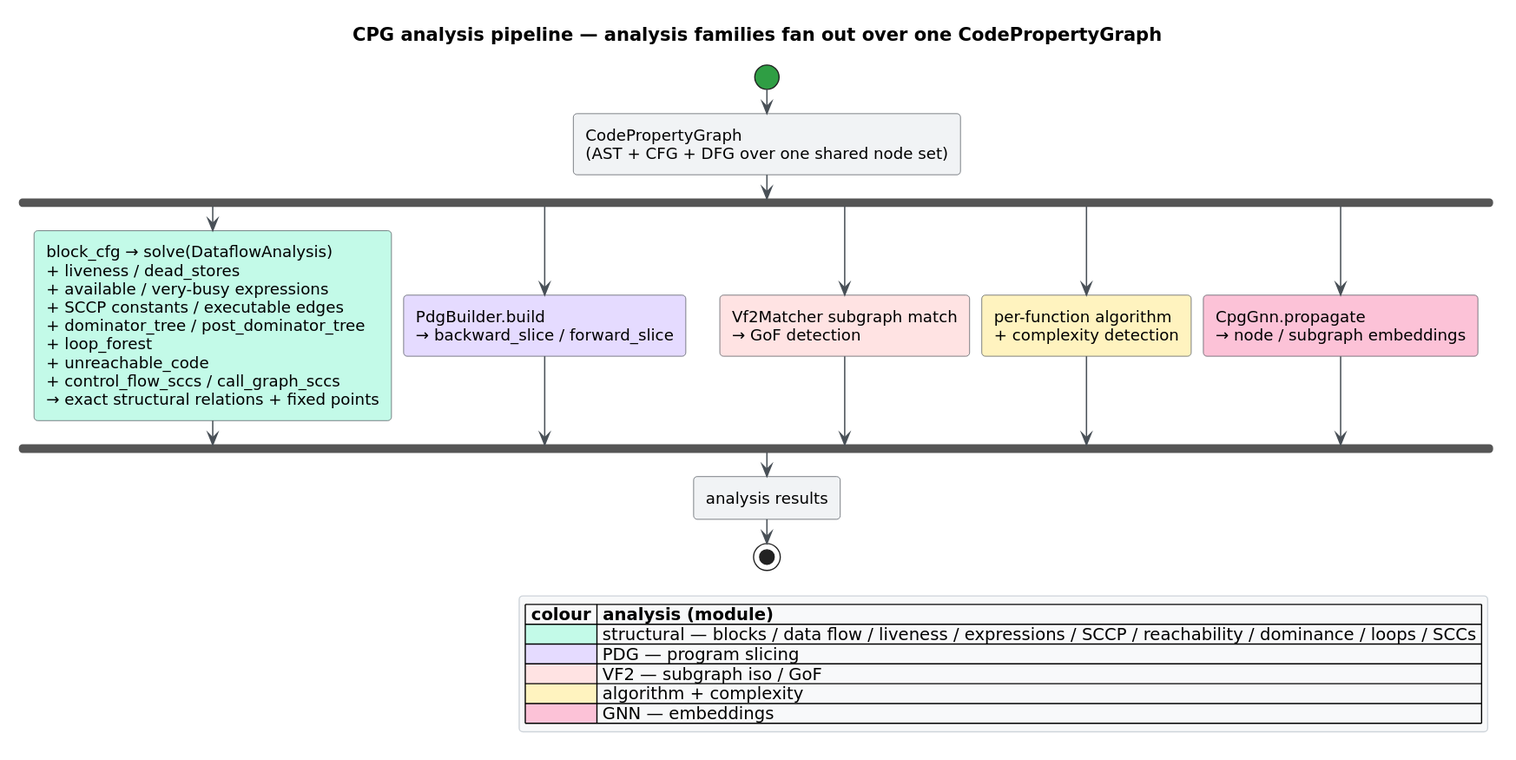
vinary-tree/libcpg keeps this PlantUML diagram as docs/diagrams/analysis-pipeline.svg. Above is the earlier version. Its source is kept beside it as docs/diagrams/analysis-pipeline.puml.
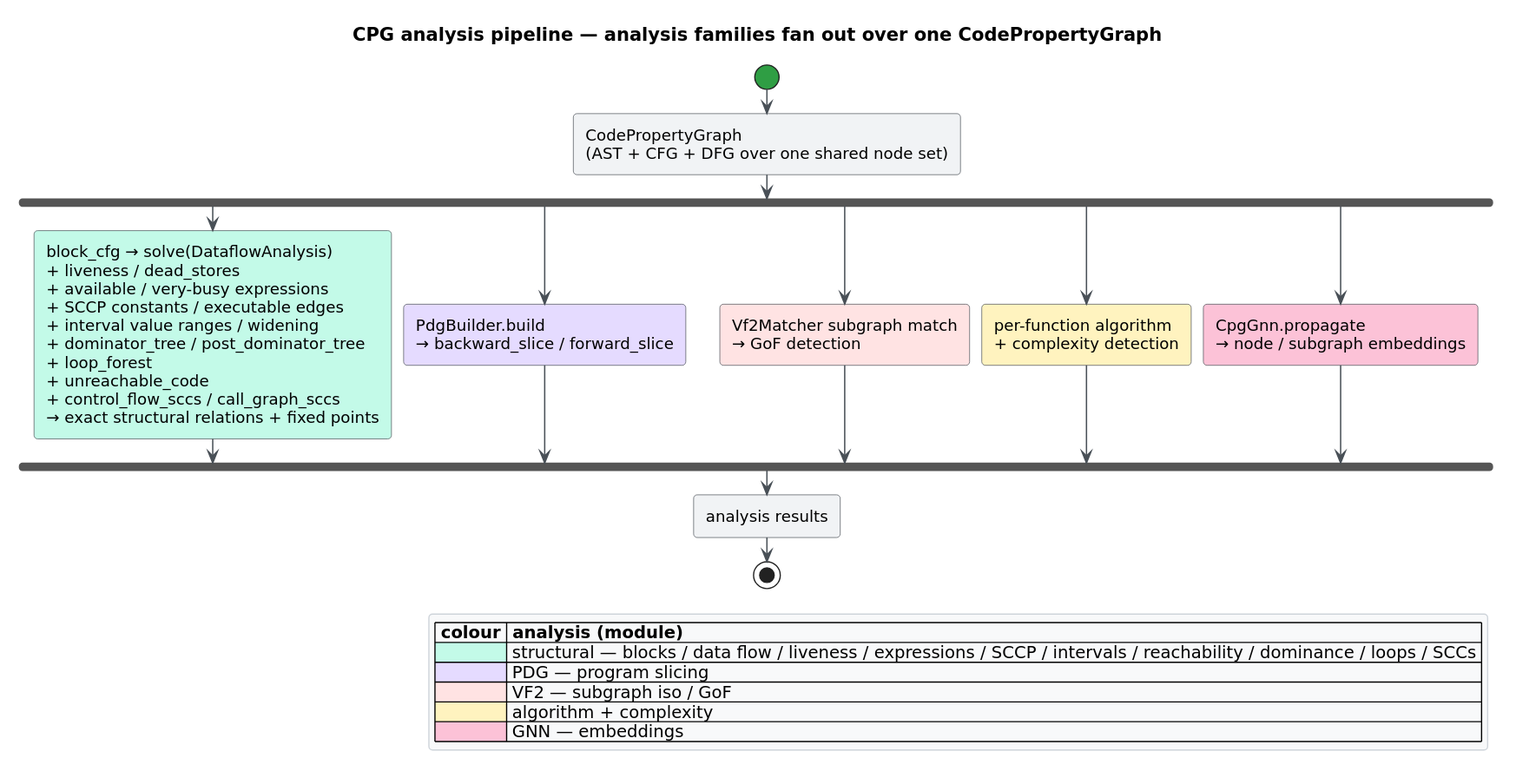
The same diagram one commit later.

What changed in the source:
```diff
@@ -9,6 +9,7 @@
   + liveness / dead_stores
   + available / very-busy expressions
   + SCCP constants / executable edges
+  + interval value ranges / widening
   + dominator_tree / post_dominator_tree
   + loop_forest
   + unreachable_code
@@ -31,7 +32,7 @@
 stop
 legend right
   |= colour |= analysis (module) |
-  |<#C3FAE8>| structural — blocks / data flow / liveness / expressions / SCCP / reachability / dominance / loops / SCCs |
+  |<#C3FAE8>| structural — blocks / data flow / liveness / expressions / SCCP / intervals / reachability / dominance / loops / SCCs |
   |<#E5DBFF>| PDG — program slicing |
   |<#FFE3E3>| VF2 — subgraph iso / GoF |
   |<#FFF3BF>| algorithm + complexity |
```
